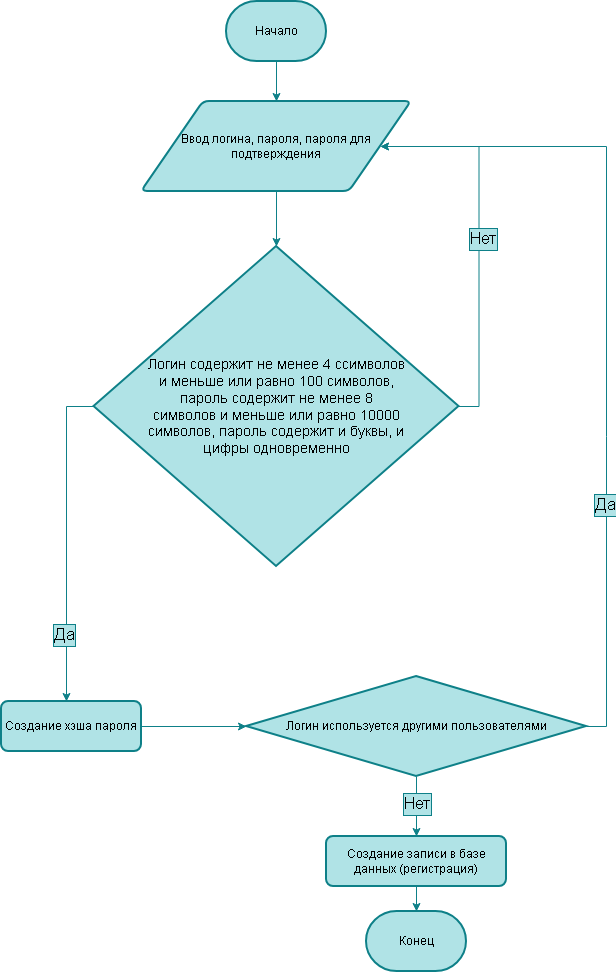
The draw.io diagram docs/diagrams/login_d.png in Flski/projects_time, before a commit. Source tidied: cells renumbered, new cells last; positions are measured from the earlier drawing's top-left corner, leaving out a move shared by most shapes. The source it was exported from:
```xml
<mxGraphModel>
  <root>
    <mxCell id="0" />
    <mxCell id="1" parent="0" />
    <mxCell id="2" style="edgeStyle=orthogonalEdgeStyle;rounded=0;jettySize=auto;html=1;exitX=0.5;exitY=1;exitDx=0;exitDy=0;exitPerimeter=0;defaultLabelBackgroundColor=page;fillColor=#b0e3e6;strokeColor=#0e8088;" parent="1" edge="1" source="3" target="6">
      <mxGeometry relative="1" as="geometry" />
    </mxCell>
    <mxCell id="3" value="Начало" style="strokeWidth=2;html=1;shape=mxgraph.flowchart.terminator;whiteSpace=wrap;fillColor=#b0e3e6;strokeColor=#0e8088;" parent="1" vertex="1">
      <mxGeometry x="225" width="100" height="60" as="geometry" />
    </mxCell>
    <mxCell id="4" value="Конец" style="strokeWidth=2;html=1;shape=mxgraph.flowchart.terminator;whiteSpace=wrap;fillColor=#b0e3e6;strokeColor=#0e8088;" parent="1" vertex="1">
      <mxGeometry x="365" y="910" width="100" height="60" as="geometry" />
    </mxCell>
    <mxCell id="5" style="edgeStyle=orthogonalEdgeStyle;rounded=0;jettySize=auto;html=1;exitX=0.5;exitY=1;exitDx=0;exitDy=0;defaultLabelBackgroundColor=page;fillColor=#b0e3e6;strokeColor=#0e8088;" parent="1" edge="1" source="6" target="11">
      <mxGeometry relative="1" as="geometry" />
    </mxCell>
    <mxCell id="6" value="Ввод логина, пароля, пароля для подтверждения" style="shape=parallelogram;html=1;strokeWidth=2;perimeter=parallelogramPerimeter;whiteSpace=wrap;rounded=1;arcSize=12;size=0.23;fillColor=#b0e3e6;strokeColor=#0e8088;" parent="1" vertex="1">
      <mxGeometry x="140" y="100" width="270" height="90" as="geometry" />
    </mxCell>
    <mxCell id="7" style="edgeStyle=orthogonalEdgeStyle;rounded=0;jettySize=auto;html=1;exitX=0;exitY=0.5;exitDx=0;exitDy=0;exitPerimeter=0;defaultLabelBackgroundColor=page;fillColor=#b0e3e6;strokeColor=#0e8088;" parent="1" edge="1" source="11">
      <mxGeometry relative="1" as="geometry">
        <mxPoint x="65" y="700" as="targetPoint" />
      </mxGeometry>
    </mxCell>
    <mxCell id="8" value="Да" style="edgeLabel;html=1;align=center;verticalAlign=middle;inheritText=fontFamily,fontColor,fontStyle,textOpacity,labelBorderWidth,defaultLabelBackgroundColor,labelPadding;defaultLabelBackgroundColor=page;labelBackgroundColor=#b0e3e6;labelBorderColor=#0e8088;fontSize=17;" parent="7" vertex="1">
      <mxGeometry x="0.58" y="-3" relative="1" as="geometry" />
    </mxCell>
    <mxCell id="9" style="edgeStyle=orthogonalEdgeStyle;rounded=0;jettySize=auto;html=1;exitX=1;exitY=0.5;exitDx=0;exitDy=0;exitPerimeter=0;entryX=1;entryY=0.5;entryDx=0;entryDy=0;defaultLabelBackgroundColor=page;fillColor=#b0e3e6;strokeColor=#0e8088;" parent="1" edge="1" source="11" target="6">
      <mxGeometry relative="1" as="geometry">
        <Array as="points">
          <mxPoint x="477.5" y="405" />
          <mxPoint x="477.5" y="145" />
        </Array>
      </mxGeometry>
    </mxCell>
    <mxCell id="10" value="Нет" style="edgeLabel;html=1;align=center;verticalAlign=middle;inheritText=fontFamily,fontColor,fontStyle,textOpacity,labelBorderWidth,defaultLabelBackgroundColor,labelPadding;defaultLabelBackgroundColor=page;labelBackgroundColor=#b0e3e6;labelBorderColor=#0e8088;fontSize=17;" parent="9" vertex="1">
      <mxGeometry x="-0.01" y="-3" relative="1" as="geometry">
        <mxPoint x="1" as="offset" />
      </mxGeometry>
    </mxCell>
    <mxCell id="11" value="&lt;div style=&quot;&quot;&gt;&lt;br&gt;&lt;/div&gt;" style="strokeWidth=2;html=1;shape=mxgraph.flowchart.decision;whiteSpace=wrap;fillColor=#b0e3e6;strokeColor=#0e8088;align=center;fontSize=14;" parent="1" vertex="1">
      <mxGeometry x="92.5" y="245" width="365" height="320" as="geometry" />
    </mxCell>
    <mxCell id="12" style="edgeStyle=orthogonalEdgeStyle;rounded=0;jettySize=auto;html=1;exitX=1;exitY=0.5;exitDx=0;exitDy=0;defaultLabelBackgroundColor=page;fillColor=#b0e3e6;strokeColor=#0e8088;" parent="1" edge="1" source="13">
      <mxGeometry relative="1" as="geometry">
        <mxPoint x="245" y="725" as="targetPoint" />
      </mxGeometry>
    </mxCell>
    <mxCell id="13" value="Создание хэша пароля" style="rounded=1;whiteSpace=wrap;html=1;absoluteArcSize=1;arcSize=14;strokeWidth=2;fillColor=#b0e3e6;strokeColor=#0e8088;" parent="1" vertex="1">
      <mxGeometry y="700" width="140" height="50" as="geometry" />
    </mxCell>
    <mxCell id="14" style="edgeStyle=orthogonalEdgeStyle;rounded=0;jettySize=auto;html=1;exitX=1;exitY=0.5;exitDx=0;exitDy=0;exitPerimeter=0;entryX=1;entryY=0.5;entryDx=0;entryDy=0;defaultLabelBackgroundColor=page;fillColor=#b0e3e6;strokeColor=#0e8088;" parent="1" edge="1" source="18" target="6">
      <mxGeometry relative="1" as="geometry">
        <Array as="points">
          <mxPoint x="605" y="725" />
          <mxPoint x="605" y="145" />
        </Array>
      </mxGeometry>
    </mxCell>
    <mxCell id="15" value="Да" style="edgeLabel;html=1;align=center;verticalAlign=middle;inheritText=fontFamily,fontColor,fontStyle,textOpacity,labelBorderWidth,defaultLabelBackgroundColor,labelPadding;defaultLabelBackgroundColor=page;fontSize=17;labelBackgroundColor=#b0e3e6;labelBorderColor=#0e8088;" parent="14" vertex="1">
      <mxGeometry x="-0.41" y="2" relative="1" as="geometry" />
    </mxCell>
    <mxCell id="16" style="edgeStyle=orthogonalEdgeStyle;rounded=0;jettySize=auto;html=1;exitX=0.5;exitY=1;exitDx=0;exitDy=0;exitPerimeter=0;entryX=0.5;entryY=0;entryDx=0;entryDy=0;defaultLabelBackgroundColor=page;fillColor=#b0e3e6;strokeColor=#0e8088;" parent="1" edge="1" source="18" target="20">
      <mxGeometry relative="1" as="geometry" />
    </mxCell>
    <mxCell id="17" value="Нет" style="edgeLabel;html=1;align=center;verticalAlign=middle;inheritText=fontFamily,fontColor,fontStyle,textOpacity,labelBorderWidth,defaultLabelBackgroundColor,labelPadding;defaultLabelBackgroundColor=page;fontSize=17;labelBackgroundColor=#b0e3e6;labelBorderColor=#0e8088;" parent="16" vertex="1">
      <mxGeometry x="-0.11" relative="1" as="geometry" />
    </mxCell>
    <mxCell id="18" value="Логин используется другими пользователями" style="strokeWidth=2;html=1;shape=mxgraph.flowchart.decision;whiteSpace=wrap;fillColor=#b0e3e6;strokeColor=#0e8088;" parent="1" vertex="1">
      <mxGeometry x="245" y="675" width="340" height="100" as="geometry" />
    </mxCell>
    <mxCell id="19" value="&lt;span style=&quot;font-size: 14px;&quot;&gt;Логин содержит не менее 4 ссимволов и меньше или равно 100 символов, пароль содержит не менее 8 символов и меньше или равно 10000 символов, пароль содержит и буквы, и цифры одновременно&lt;/span&gt;" style="text;html=1;whiteSpace=wrap;strokeColor=none;fillColor=none;align=center;verticalAlign=middle;rounded=0;" parent="1" vertex="1">
      <mxGeometry x="145" y="235" width="260" height="340" as="geometry" />
    </mxCell>
    <mxCell id="20" value="Создание записи в базе данных (регистрация)" style="rounded=1;whiteSpace=wrap;html=1;absoluteArcSize=1;arcSize=14;strokeWidth=2;fillColor=#b0e3e6;strokeColor=#0e8088;" parent="1" vertex="1">
      <mxGeometry x="325" y="835" width="180" height="50" as="geometry" />
    </mxCell>
    <mxCell id="21" style="edgeStyle=orthogonalEdgeStyle;rounded=0;jettySize=auto;html=1;exitX=0.5;exitY=1;exitDx=0;exitDy=0;entryX=0.5;entryY=0;entryDx=0;entryDy=0;entryPerimeter=0;defaultLabelBackgroundColor=page;fillColor=#b0e3e6;strokeColor=#0e8088;" parent="1" edge="1" source="20" target="4">
      <mxGeometry relative="1" as="geometry" />
    </mxCell>
  </root>
</mxGraphModel>
```
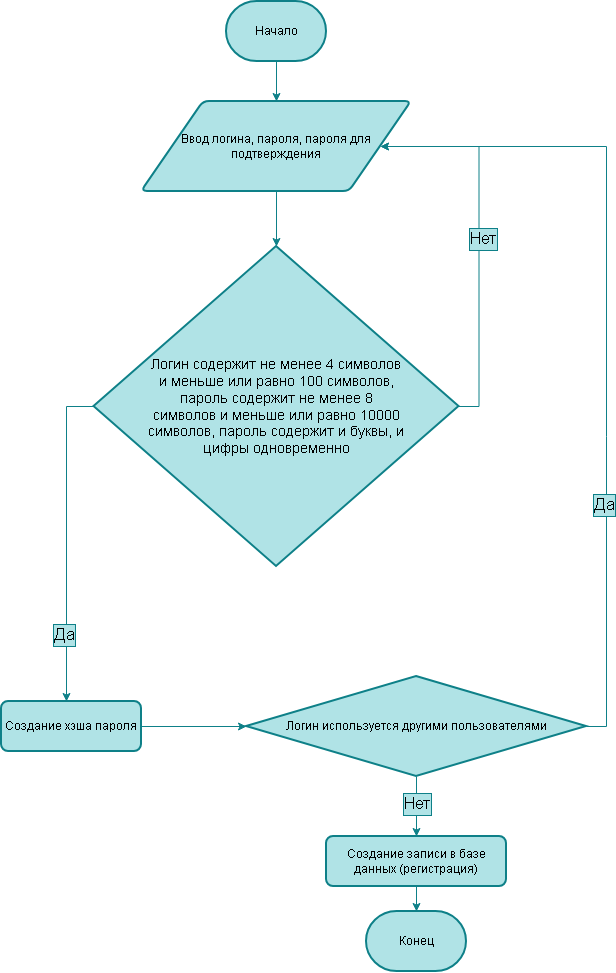
Later version of the same file.

The edit, as a diff of the source:
```diff
@@ -69,7 +69,7 @@
     <mxCell id="18" value="Логин используется другими пользователями" style="strokeWidth=2;html=1;shape=mxgraph.flowchart.decision;whiteSpace=wrap;fillColor=#b0e3e6;strokeColor=#0e8088;" parent="1" vertex="1">
       <mxGeometry x="245" y="675" width="340" height="100" as="geometry" />
     </mxCell>
-    <mxCell id="19" value="&lt;span style=&quot;font-size: 14px;&quot;&gt;Логин содержит не менее 4 ссимволов и меньше или равно 100 символов, пароль содержит не менее 8 символов и меньше или равно 10000 символов, пароль содержит и буквы, и цифры одновременно&lt;/span&gt;" style="text;html=1;whiteSpace=wrap;strokeColor=none;fillColor=none;align=center;verticalAlign=middle;rounded=0;" parent="1" vertex="1">
+    <mxCell id="19" value="&lt;span style=&quot;font-size: 14px;&quot;&gt;Логин содержит не менее 4 символов и меньше или равно 100 символов, пароль содержит не менее 8 символов и меньше или равно 10000 символов, пароль содержит и буквы, и цифры одновременно&lt;/span&gt;" style="text;html=1;whiteSpace=wrap;strokeColor=none;fillColor=none;align=center;verticalAlign=middle;rounded=0;" parent="1" vertex="1">
       <mxGeometry x="145" y="235" width="260" height="340" as="geometry" />
     </mxCell>
     <mxCell id="20" value="Создание записи в базе данных (регистрация)" style="rounded=1;whiteSpace=wrap;html=1;absoluteArcSize=1;arcSize=14;strokeWidth=2;fillColor=#b0e3e6;strokeColor=#0e8088;" parent="1" vertex="1">
```
